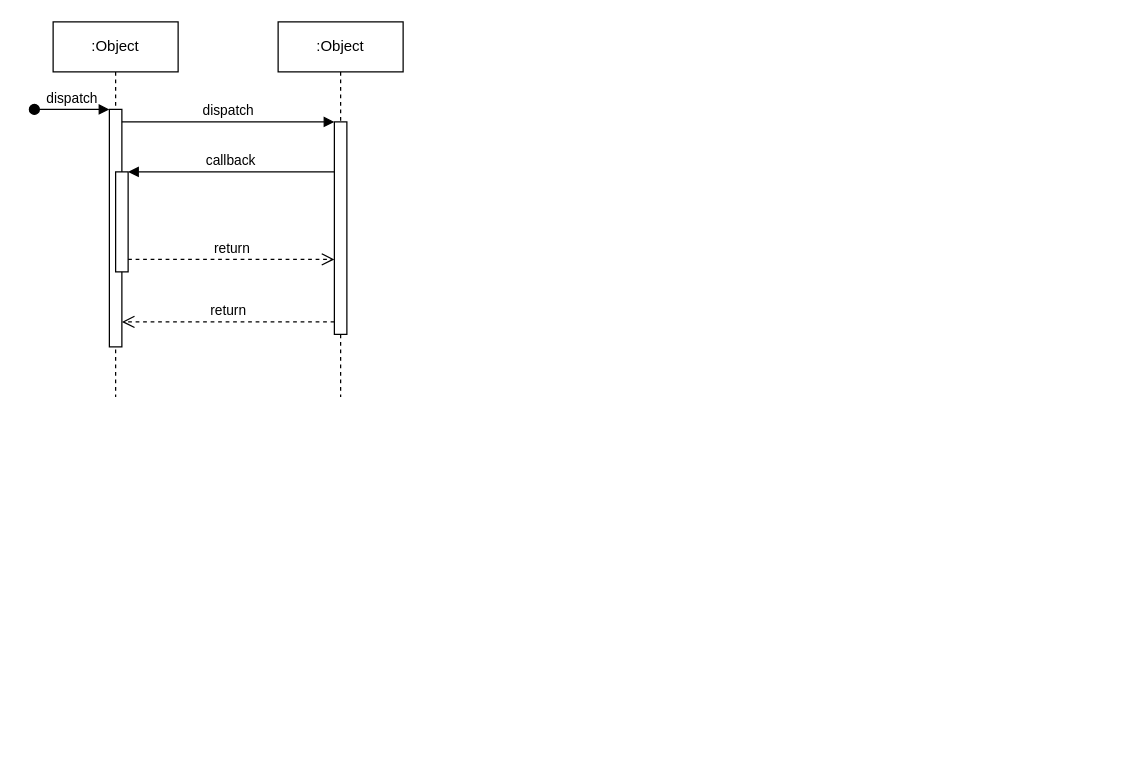
The draw.io diagram seq.drawio in int32max/myjs, before the edit. Source tidied: cells renumbered, new cells numbered last; positions are measured from the earlier drawing's top-left corner, leaving out a move shared by most shapes. Both pictures are drawn from the tidied source at 125%, with x=0, y=0 at pixel (34, 21).
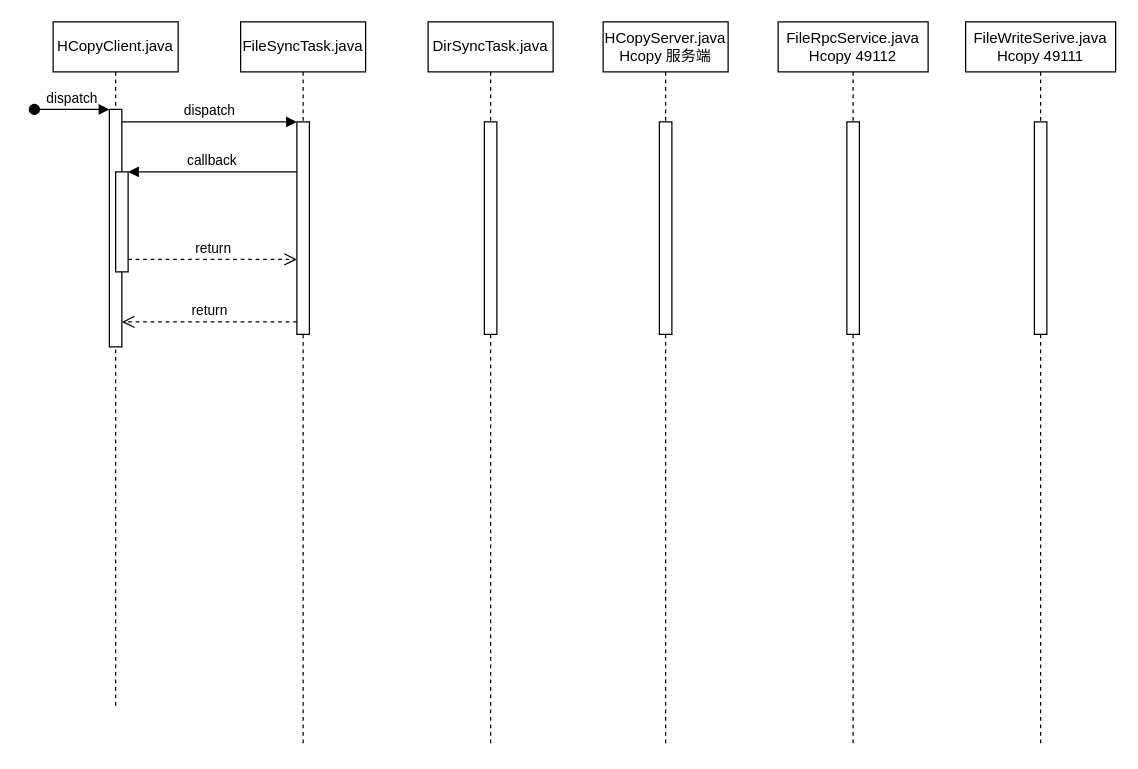
After the change.

The edit, as a diff of the source:
```diff
@@
-    <mxCell id="2" value=":Object" style="shape=umlLifeline;perimeter=lifelinePerimeter;whiteSpace=wrap;html=1;newEdgeStyle={&quot;edgeStyle&quot;:&quot;elbowEdgeStyle&quot;,&quot;elbow&quot;:&quot;vertical&quot;,&quot;curved&quot;:0,&quot;rounded&quot;:0};" parent="1" vertex="1">
-      <mxGeometry x="15" width="100" height="300" as="geometry" />
+    <mxCell id="2" value="HCopyClient.java" style="shape=umlLifeline;perimeter=lifelinePerimeter;whiteSpace=wrap;html=1;newEdgeStyle={&quot;edgeStyle&quot;:&quot;elbowEdgeStyle&quot;,&quot;elbow&quot;:&quot;vertical&quot;,&quot;curved&quot;:0,&quot;rounded&quot;:0};" parent="1" vertex="1">
+      <mxGeometry x="15" width="100" height="550" as="geometry" />
     </mxCell>
@@
-    <mxCell id="6" value=":Object" style="shape=umlLifeline;perimeter=lifelinePerimeter;whiteSpace=wrap;html=1;newEdgeStyle={&quot;edgeStyle&quot;:&quot;elbowEdgeStyle&quot;,&quot;elbow&quot;:&quot;vertical&quot;,&quot;curved&quot;:0,&quot;rounded&quot;:0};" parent="1" vertex="1">
-      <mxGeometry x="195" width="100" height="300" as="geometry" />
+    <mxCell id="6" value="FileSyncTask.java" style="shape=umlLifeline;perimeter=lifelinePerimeter;whiteSpace=wrap;html=1;newEdgeStyle={&quot;edgeStyle&quot;:&quot;elbowEdgeStyle&quot;,&quot;elbow&quot;:&quot;vertical&quot;,&quot;curved&quot;:0,&quot;rounded&quot;:0};" parent="1" vertex="1">
+      <mxGeometry x="165" width="100" height="580" as="geometry" />
     </mxCell>
@@
+    <mxCell id="12" value="DirSyncTask.java" style="shape=umlLifeline;perimeter=lifelinePerimeter;whiteSpace=wrap;html=1;newEdgeStyle={&quot;edgeStyle&quot;:&quot;elbowEdgeStyle&quot;,&quot;elbow&quot;:&quot;vertical&quot;,&quot;curved&quot;:0,&quot;rounded&quot;:0};" parent="1" vertex="1">
+      <mxGeometry x="315" width="100" height="580" as="geometry" />
+    </mxCell>
+    <mxCell id="13" style="html=1;perimeter=orthogonalPerimeter;targetShapes=umlLifeline;newEdgeStyle={&quot;edgeStyle&quot;:&quot;elbowEdgeStyle&quot;,&quot;elbow&quot;:&quot;vertical&quot;,&quot;curved&quot;:0,&quot;rounded&quot;:0};" parent="12" vertex="1">
+      <mxGeometry x="45" y="80" width="10" height="170" as="geometry" />
+    </mxCell>
+    <mxCell id="14" value="HCopyServer.java&lt;br&gt;Hcopy 服务端" style="shape=umlLifeline;perimeter=lifelinePerimeter;whiteSpace=wrap;html=1;newEdgeStyle={&quot;edgeStyle&quot;:&quot;elbowEdgeStyle&quot;,&quot;elbow&quot;:&quot;vertical&quot;,&quot;curved&quot;:0,&quot;rounded&quot;:0};" parent="1" vertex="1">
+      <mxGeometry x="455" width="100" height="580" as="geometry" />
+    </mxCell>
+    <mxCell id="15" style="html=1;perimeter=orthogonalPerimeter;targetShapes=umlLifeline;newEdgeStyle={&quot;edgeStyle&quot;:&quot;elbowEdgeStyle&quot;,&quot;elbow&quot;:&quot;vertical&quot;,&quot;curved&quot;:0,&quot;rounded&quot;:0};" parent="14" vertex="1">
+      <mxGeometry x="45" y="80" width="10" height="170" as="geometry" />
+    </mxCell>
+    <mxCell id="16" value="FileRpcService.java&lt;br&gt;Hcopy 49112" style="shape=umlLifeline;perimeter=lifelinePerimeter;whiteSpace=wrap;html=1;newEdgeStyle={&quot;edgeStyle&quot;:&quot;elbowEdgeStyle&quot;,&quot;elbow&quot;:&quot;vertical&quot;,&quot;curved&quot;:0,&quot;rounded&quot;:0};" parent="1" vertex="1">
+      <mxGeometry x="595" width="120" height="580" as="geometry" />
+    </mxCell>
+    <mxCell id="17" style="html=1;perimeter=orthogonalPerimeter;targetShapes=umlLifeline;newEdgeStyle={&quot;edgeStyle&quot;:&quot;elbowEdgeStyle&quot;,&quot;elbow&quot;:&quot;vertical&quot;,&quot;curved&quot;:0,&quot;rounded&quot;:0};" parent="16" vertex="1">
+      <mxGeometry x="55" y="80" width="10" height="170" as="geometry" />
+    </mxCell>
+    <mxCell id="18" value="FileWriteSerive.java&lt;br&gt;Hcopy 49111" style="shape=umlLifeline;perimeter=lifelinePerimeter;whiteSpace=wrap;html=1;newEdgeStyle={&quot;edgeStyle&quot;:&quot;elbowEdgeStyle&quot;,&quot;elbow&quot;:&quot;vertical&quot;,&quot;curved&quot;:0,&quot;rounded&quot;:0};" parent="1" vertex="1">
+      <mxGeometry x="745" width="120" height="580" as="geometry" />
+    </mxCell>
+    <mxCell id="19" style="html=1;perimeter=orthogonalPerimeter;targetShapes=umlLifeline;newEdgeStyle={&quot;edgeStyle&quot;:&quot;elbowEdgeStyle&quot;,&quot;elbow&quot;:&quot;vertical&quot;,&quot;curved&quot;:0,&quot;rounded&quot;:0};" parent="18" vertex="1">
+      <mxGeometry x="55" y="80" width="10" height="170" as="geometry" />
+    </mxCell>
```
